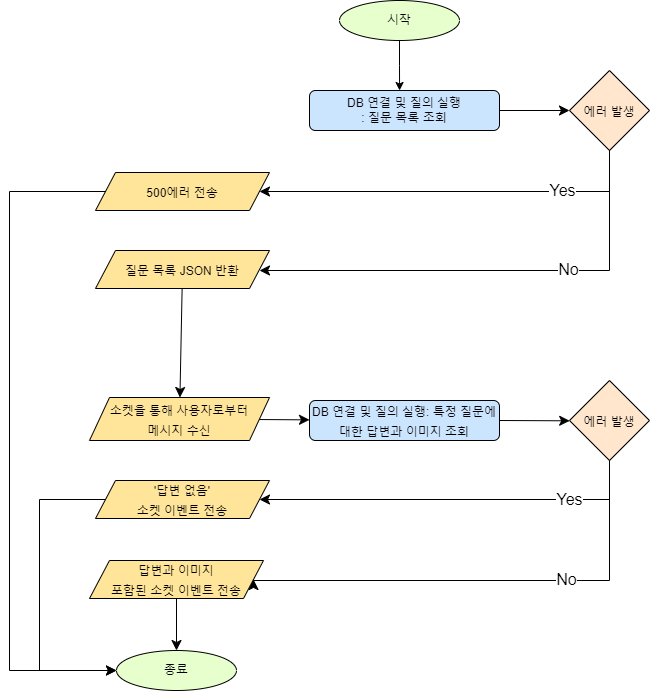
Before: chatbot_FAQ.drawio.png, a diagram exported from draw.io (Brazen-Story/mall_chatbot). Source tidied: cells renumbered, new cells last; positions are measured from the earlier drawing's top-left corner, leaving out a move shared by most shapes.
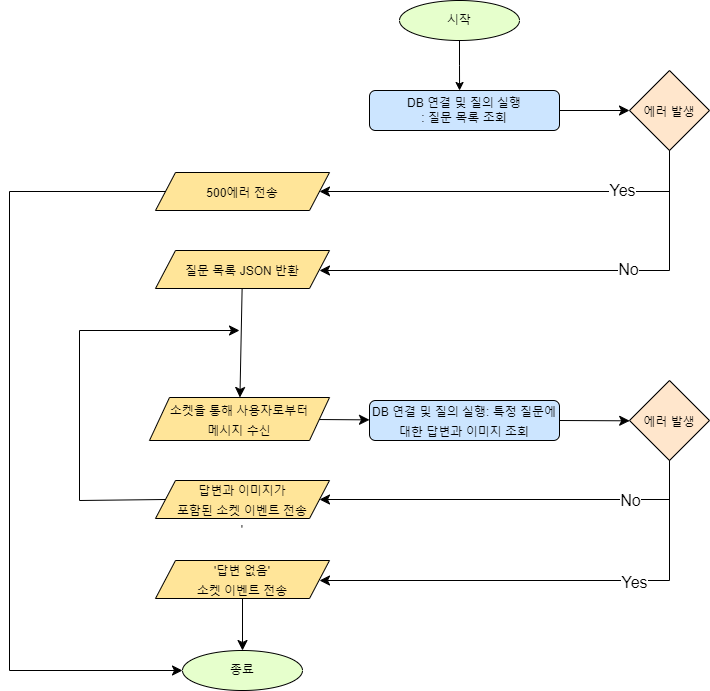
Later version of the same file.

The edit, as a diff of the source:
```diff
@@ -71,54 +71,68 @@
     <mxCell id="18" value="&lt;font style=&quot;font-size: 12px;&quot;&gt;에러 발생&lt;/font&gt;" style="rhombus;whiteSpace=wrap;html=1;fontSize=16;fillColor=#FFE6CC;" parent="1" vertex="1">
       <mxGeometry x="560" y="380" width="80" height="80" as="geometry" />
     </mxCell>
-    <mxCell id="19" style="edgeStyle=elbowEdgeStyle;elbow=horizontal;endArrow=classic;html=1;curved=0;rounded=0;endSize=8;startSize=8;fontSize=12;exitX=0.5;exitY=1;exitDx=0;exitDy=0;entryX=1;entryY=0.5;entryDx=0;entryDy=0;" parent="1" edge="1" source="18" target="25">
+    <mxCell id="19" style="edgeStyle=elbowEdgeStyle;elbow=horizontal;endArrow=classic;html=1;curved=0;rounded=0;endSize=8;startSize=8;fontSize=12;exitX=0.5;exitY=1;exitDx=0;exitDy=0;entryX=1;entryY=0.5;entryDx=0;entryDy=0;" parent="1" edge="1" source="18">
       <mxGeometry relative="1" as="geometry">
+        <mxPoint x="250" y="499" as="targetPoint" />
         <Array as="points">
           <mxPoint x="600" y="480" />
         </Array>
       </mxGeometry>
     </mxCell>
-    <mxCell id="20" value="Yes" style="edgeLabel;html=1;align=center;verticalAlign=middle;fontSize=16;" parent="19" vertex="1">
-      <mxGeometry x="-0.65" y="-1" relative="1" as="geometry">
-        <mxPoint x="-12" as="offset" />
-      </mxGeometry>
-    </mxCell>
-    <mxCell id="21" style="edgeStyle=elbowEdgeStyle;elbow=vertical;endArrow=classic;html=1;curved=0;rounded=0;endSize=8;startSize=8;fontSize=12;entryX=1;entryY=0.5;entryDx=0;entryDy=0;" parent="1" edge="1" target="24">
+    <mxCell id="21" style="edgeStyle=elbowEdgeStyle;elbow=vertical;endArrow=classic;html=1;curved=0;rounded=0;endSize=8;startSize=8;fontSize=12;" parent="1" edge="1">
       <mxGeometry relative="1" as="geometry">
         <mxPoint x="600" y="460" as="sourcePoint" />
+        <mxPoint x="250" y="580" as="targetPoint" />
         <Array as="points">
           <mxPoint x="451.7" y="580" />
         </Array>
       </mxGeometry>
     </mxCell>
     <mxCell id="22" value="No" style="edgeLabel;html=1;align=center;verticalAlign=middle;fontSize=16;" parent="21" vertex="1">
-      <mxGeometry x="-0.31" y="-2" relative="1" as="geometry" />
+      <mxGeometry x="-0.31" y="-2" relative="1" as="geometry">
+        <mxPoint x="2" y="-79" as="offset" />
+      </mxGeometry>
     </mxCell>
     <mxCell id="23" style="edgeStyle=none;curved=1;rounded=0;jettySize=auto;html=1;exitX=0.5;exitY=1;exitDx=0;exitDy=0;entryX=0.5;entryY=0;entryDx=0;entryDy=0;fontSize=12;startSize=8;endSize=8;" parent="1" edge="1" source="24" target="26">
       <mxGeometry relative="1" as="geometry" />
     </mxCell>
-    <mxCell id="24" value="&lt;font style=&quot;font-size: 12px;&quot;&gt;답변과 이미지 &lt;br&gt;포함된 소켓 이벤트 전송&lt;/font&gt;" style="shape=parallelogram;perimeter=parallelogramPerimeter;whiteSpace=wrap;html=1;fixedSize=1;fontSize=16;fillColor=#FFE599;" parent="1" vertex="1">
-      <mxGeometry x="80" y="560" width="174" height="38" as="geometry" />
+    <mxCell id="24" value="&lt;font style=&quot;font-size: 12px;&quot;&gt;'답변 없음'&lt;br style=&quot;border-color: var(--border-color);&quot;&gt;소켓 이벤트 전송&lt;br&gt;&lt;/font&gt;" style="shape=parallelogram;perimeter=parallelogramPerimeter;whiteSpace=wrap;html=1;fixedSize=1;fontSize=16;fillColor=#FFE599;" parent="1" vertex="1">
+      <mxGeometry x="86" y="560" width="174" height="38" as="geometry" />
     </mxCell>
-    <mxCell id="25" value="&lt;span style=&quot;font-size: 12px;&quot;&gt;'답변 없음' &lt;br&gt;소켓 이벤트 전송&lt;/span&gt;" style="shape=parallelogram;perimeter=parallelogramPerimeter;whiteSpace=wrap;html=1;fixedSize=1;fontSize=16;fillColor=#FFE599;" parent="1" vertex="1">
-      <mxGeometry x="86" y="480" width="174" height="38" as="geometry" />
-    </mxCell>
     <mxCell id="26" value="종료&lt;br&gt;" style="ellipse;whiteSpace=wrap;html=1;fillColor=#E6FFCC;" parent="1" vertex="1">
-      <mxGeometry x="107" y="650" width="120" height="40" as="geometry" />
+      <mxGeometry x="113" y="650" width="120" height="40" as="geometry" />
     </mxCell>
     <mxCell id="27" style="edgeStyle=elbowEdgeStyle;elbow=vertical;endArrow=classic;html=1;curved=0;rounded=0;endSize=8;startSize=8;fontSize=12;exitX=0;exitY=0.5;exitDx=0;exitDy=0;entryX=0;entryY=0.5;entryDx=0;entryDy=0;" parent="1" edge="1" source="6" target="26">
       <mxGeometry relative="1" as="geometry">
         <Array as="points">
-          <mxPoint y="440" />
+          <mxPoint x="-60" y="430" />
         </Array>
       </mxGeometry>
     </mxCell>
-    <mxCell id="28" style="edgeStyle=elbowEdgeStyle;elbow=horizontal;endArrow=classic;html=1;curved=0;rounded=0;endSize=8;startSize=8;fontSize=12;exitX=0;exitY=0.5;exitDx=0;exitDy=0;entryX=0;entryY=0.5;entryDx=0;entryDy=0;" parent="1" edge="1" source="25" target="26">
-      <mxGeometry relative="1" as="geometry">
-        <Array as="points">
-          <mxPoint x="30" y="430" />
-        </Array>
-      </mxGeometry>
-    </mxCell>
+    <mxCell id="29" value="&lt;br style=&quot;border-color: var(--border-color); font-size: 12px;&quot;&gt;&lt;span style=&quot;font-size: 12px;&quot;&gt;답변과 이미지가&lt;br&gt;포함된 소켓 이벤트 전송&lt;/span&gt;&lt;br style=&quot;border-color: var(--border-color); font-size: 12px;&quot;&gt;&lt;span style=&quot;font-size: 12px;&quot;&gt;'&lt;/span&gt;" style="shape=parallelogram;perimeter=parallelogramPerimeter;whiteSpace=wrap;html=1;fixedSize=1;fontSize=16;fillColor=#FFE599;" parent="1" vertex="1">
+      <mxGeometry x="86" y="480" width="174" height="38" as="geometry" />
+    </mxCell>
+    <mxCell id="20" value="Yes" style="edgeLabel;html=1;align=center;verticalAlign=middle;fontSize=16;" parent="1" vertex="1">
+      <mxGeometry x="560" y="560" as="geometry">
+        <mxPoint x="4" y="21" as="offset" />
+      </mxGeometry>
+    </mxCell>
+    <mxCell id="30" style="endArrow=none;html=1;rounded=0;fontSize=12;startSize=8;endSize=8;curved=1;exitX=0;exitY=0.5;exitDx=0;exitDy=0;" parent="1" edge="1" source="29">
+      <mxGeometry relative="1" as="geometry">
+        <mxPoint x="10" y="500" as="targetPoint" />
+      </mxGeometry>
+    </mxCell>
+    <mxCell id="31" style="endArrow=none;html=1;rounded=0;fontSize=12;startSize=8;endSize=8;curved=1;" parent="1" edge="1">
+      <mxGeometry relative="1" as="geometry">
+        <mxPoint x="10" y="330" as="sourcePoint" />
+        <mxPoint x="10" y="500" as="targetPoint" />
+      </mxGeometry>
+    </mxCell>
+    <mxCell id="32" style="endArrow=classic;html=1;rounded=0;fontSize=12;startSize=8;endSize=8;curved=1;" parent="1" edge="1">
+      <mxGeometry relative="1" as="geometry">
+        <mxPoint x="10" y="330" as="sourcePoint" />
+        <mxPoint x="170" y="330" as="targetPoint" />
+      </mxGeometry>
+    </mxCell>
   </root>
 </mxGraphModel>
```
